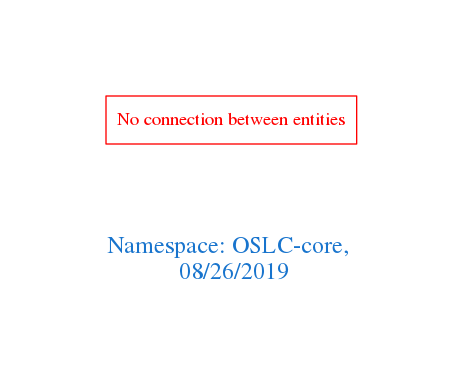
arago/OGIT keeps this Graphviz diagram as downloads/OSLC-core.png. Above is the earlier version. Its source is kept beside it as downloads/OSLC-core.dot.
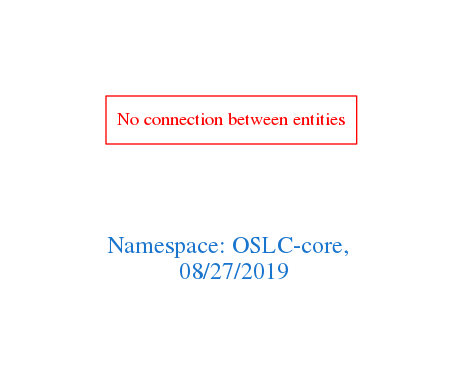
The same file after the commit.

What changed in the source:
```diff
@@ -1,7 +1,7 @@
 digraph OGIT_ontology {
  graph [ rankdir= LR,pad=1
 fontsize = 18,
-fontcolor= dodgerblue3,label = "\n\n\nNamespace: OSLC-core, \n 08/26/2019"];
+fontcolor= dodgerblue3,label = "\n\n\nNamespace: OSLC-core, \n 08/27/2019"];
 node[shape=polygon];
 edge [  color="gray81"];
 
```
